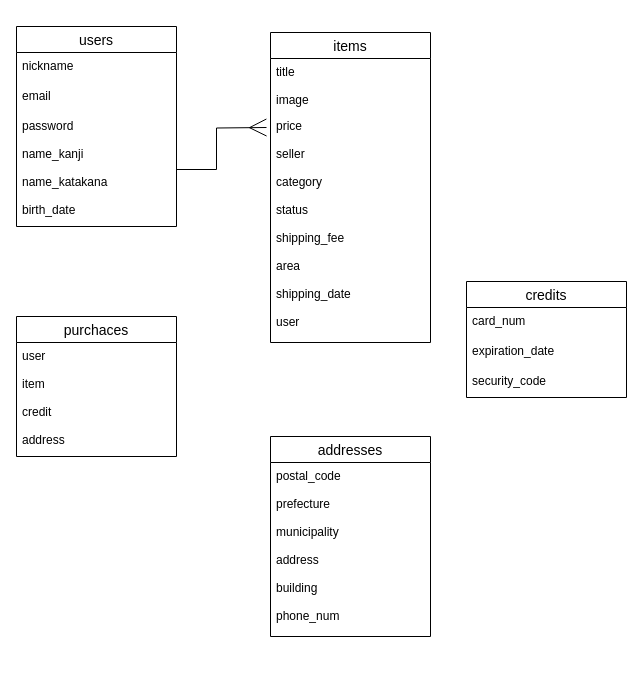
Earlier version of the draw.io diagram er.dio (takeuchitakumi/furima-35565). Source tidied: cells renumbered, new cells numbered last; positions are measured from the earlier drawing's top-left corner, leaving out a move shared by most shapes. Both pictures are drawn from the tidied source at 100%, with x=0, y=0 at pixel (16, 26).
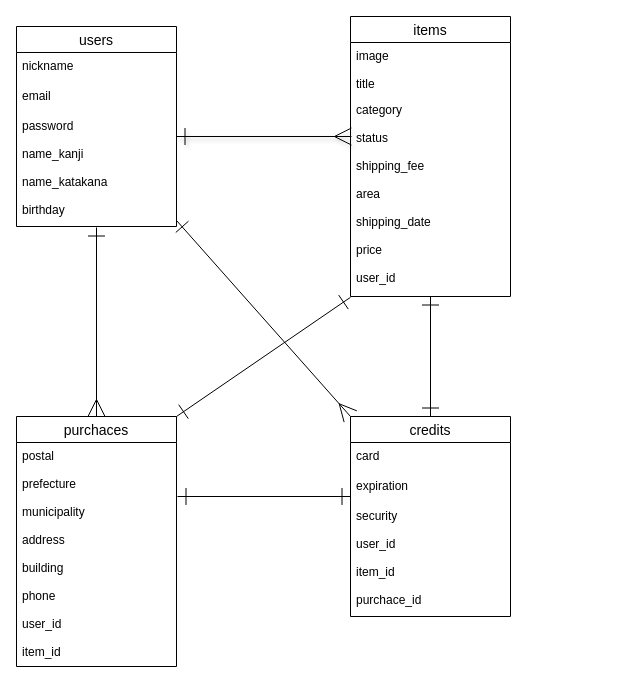
The same page after the edit.

Commit message (it also covers changes not shown here):
データベース設計

The change refers to these unchanged cells:
```xml
<mxCell id="2" value="users" style="swimlane;fontStyle=0;horizontal=1;startSize=26;align=center;fontSize=14;" parent="1" vertex="1">
  <mxGeometry width="160" height="200" as="geometry" />
</mxCell>
```

The edit, as a diff of the source:
```diff
@@
+    <mxCell id="18" style="edgeStyle=orthogonalEdgeStyle;rounded=0;jettySize=auto;html=1;entryX=0.5;entryY=0;entryDx=0;entryDy=0;startArrow=ERone;startFill=0;startSize=15;endArrow=ERmany;endFill=0;endSize=15;targetPerimeterSpacing=0;" parent="1" edge="1" target="11">
+      <mxGeometry relative="1" as="geometry">
+        <mxPoint x="80" y="201" as="sourcePoint" />
+        <Array as="points">
+          <mxPoint x="80" y="201" />
+        </Array>
+      </mxGeometry>
+    </mxCell>
@@
-    <mxCell id="5" value="password&#10;&#10;name_kanji&#10;&#10;name_katakana&#10;&#10;birth_date" style="text;strokeColor=none;fillColor=none;spacingLeft=4;spacingRight=4;overflow=hidden;points=[[0,0.5],[1,0.5]];portConstraint=eastwest;fontSize=12;" parent="2" vertex="1">
+    <mxCell id="5" value="password&#10;&#10;name_kanji&#10;&#10;name_katakana&#10;&#10;birthday" style="text;strokeColor=none;fillColor=none;spacingLeft=4;spacingRight=4;overflow=hidden;points=[[0,0.5],[1,0.5]];portConstraint=eastwest;fontSize=12;" parent="2" vertex="1">
       <mxGeometry y="86" width="160" height="114" as="geometry" />
     </mxCell>
     <mxCell id="6" value="items" style="swimlane;fontStyle=0;horizontal=1;startSize=26;align=center;fontSize=14;" parent="1" vertex="1">
-      <mxGeometry x="254" y="6" width="160" height="310" as="geometry" />
+      <mxGeometry x="334" y="-10" width="160" height="280" as="geometry" />
     </mxCell>
-    <mxCell id="7" value="title&#10;&#10;image" style="text;strokeColor=none;fillColor=none;spacingLeft=4;spacingRight=4;overflow=hidden;fontSize=12;" parent="6" vertex="1">
+    <mxCell id="7" value="image&#10;&#10;title" style="text;strokeColor=none;fillColor=none;spacingLeft=4;spacingRight=4;overflow=hidden;fontSize=12;" parent="6" vertex="1">
       <mxGeometry y="26" width="160" height="54" as="geometry" />
     </mxCell>
-    <mxCell id="8" value="price&#10;&#10;seller&#10;&#10;category&#10;&#10;status&#10;&#10;shipping_fee&#10;&#10;area&#10;&#10;shipping_date&#10;&#10;user" style="text;strokeColor=none;fillColor=none;spacingLeft=4;spacingRight=4;overflow=hidden;points=[[0,0.5],[1,0.5]];portConstraint=eastwest;fontSize=12;" parent="6" vertex="1">
-      <mxGeometry y="80" width="160" height="230" as="geometry" />
+    <mxCell id="8" value="category&#10;&#10;status&#10;&#10;shipping_fee&#10;&#10;area&#10;&#10;shipping_date&#10;&#10;price&#10;&#10;user_id" style="text;strokeColor=none;fillColor=none;spacingLeft=4;spacingRight=4;overflow=hidden;points=[[0,0.5],[1,0.5]];portConstraint=eastwest;fontSize=12;" parent="6" vertex="1">
+      <mxGeometry y="80" width="160" height="200" as="geometry" />
     </mxCell>
-    <mxCell id="9" value="purchaces" style="swimlane;fontStyle=0;horizontal=1;startSize=26;align=center;fontSize=14;" parent="1" vertex="1">
-      <mxGeometry y="290" width="160" height="140" as="geometry" />
-    </mxCell>
-    <mxCell id="10" value="user&#10;&#10;item&#10;&#10;credit&#10;&#10;address" style="text;strokeColor=none;fillColor=none;spacingLeft=4;spacingRight=4;overflow=hidden;fontSize=12;" parent="9" vertex="1">
-      <mxGeometry y="26" width="160" height="114" as="geometry" />
-    </mxCell>
-    <mxCell id="11" value="addresses" style="swimlane;fontStyle=0;horizontal=1;startSize=26;align=center;fontSize=14;" parent="1" vertex="1">
-      <mxGeometry x="254" y="410" width="160" height="200" as="geometry" />
+    <mxCell id="11" value="purchaces" style="swimlane;fontStyle=0;horizontal=1;startSize=26;align=center;fontSize=14;" parent="1" vertex="1">
+      <mxGeometry y="390" width="160" height="250" as="geometry" />
     </mxCell>
-    <mxCell id="12" value="postal_code&#10;&#10;prefecture&#10;&#10;municipality&#10;&#10;address&#10;&#10;building&#10;&#10;phone_num" style="text;strokeColor=none;fillColor=none;spacingLeft=4;spacingRight=4;overflow=hidden;fontSize=12;" parent="11" vertex="1">
-      <mxGeometry y="26" width="160" height="174" as="geometry" />
+    <mxCell id="12" value="postal&#10;&#10;prefecture&#10;&#10;municipality&#10;&#10;address&#10;&#10;building&#10;&#10;phone&#10;&#10;user_id&#10;&#10;item_id" style="text;strokeColor=none;fillColor=none;spacingLeft=4;spacingRight=4;overflow=hidden;fontSize=12;" parent="11" vertex="1">
+      <mxGeometry y="26" width="160" height="224" as="geometry" />
     </mxCell>
-    <mxCell id="13" style="edgeStyle=orthogonalEdgeStyle;rounded=0;jettySize=auto;html=1;exitX=1;exitY=0.5;exitDx=0;exitDy=0;endArrow=ERmany;endFill=0;endSize=15;targetPerimeterSpacing=0;" parent="1" edge="1" source="5">
-      <mxGeometry relative="1" as="geometry">
-        <mxPoint x="250" y="101" as="targetPoint" />
-      </mxGeometry>
-    </mxCell>
     <mxCell id="14" value="credits" style="swimlane;fontStyle=0;horizontal=1;startSize=26;align=center;fontSize=14;" parent="1" vertex="1">
-      <mxGeometry x="450" y="255" width="160" height="116" as="geometry" />
+      <mxGeometry x="334" y="390" width="160" height="200" as="geometry" />
     </mxCell>
-    <mxCell id="15" value="card_num" style="text;strokeColor=none;fillColor=none;spacingLeft=4;spacingRight=4;overflow=hidden;fontSize=12;" parent="14" vertex="1">
+    <mxCell id="15" value="card" style="text;strokeColor=none;fillColor=none;spacingLeft=4;spacingRight=4;overflow=hidden;fontSize=12;" parent="14" vertex="1">
       <mxGeometry y="26" width="160" height="30" as="geometry" />
     </mxCell>
-    <mxCell id="16" value="expiration_date" style="text;strokeColor=none;fillColor=none;spacingLeft=4;spacingRight=4;overflow=hidden;fontSize=12;" parent="14" vertex="1">
+    <mxCell id="16" value="expiration" style="text;strokeColor=none;fillColor=none;spacingLeft=4;spacingRight=4;overflow=hidden;fontSize=12;" parent="14" vertex="1">
       <mxGeometry y="56" width="160" height="30" as="geometry" />
     </mxCell>
-    <mxCell id="17" value="security_code" style="text;strokeColor=none;fillColor=none;spacingLeft=4;spacingRight=4;overflow=hidden;fontSize=12;" parent="14" vertex="1">
-      <mxGeometry y="86" width="160" height="30" as="geometry" />
+    <mxCell id="17" value="security&#10;&#10;user_id&#10;&#10;item_id&#10;&#10;purchace_id" style="text;strokeColor=none;fillColor=none;spacingLeft=4;spacingRight=4;overflow=hidden;fontSize=12;" parent="14" vertex="1">
+      <mxGeometry y="86" width="160" height="114" as="geometry" />
     </mxCell>
+    <mxCell id="19" style="endArrow=ERmany;html=1;rounded=0;exitX=1;exitY=0.947;exitDx=0;exitDy=0;exitPerimeter=0;entryX=0;entryY=0;entryDx=0;entryDy=0;endFill=0;startSize=15;endSize=15;startArrow=ERone;startFill=0;" parent="1" edge="1" source="5" target="14">
+      <mxGeometry relative="1" as="geometry" />
+    </mxCell>
+    <mxCell id="20" style="endArrow=ERone;html=1;rounded=0;exitX=1;exitY=0;exitDx=0;exitDy=0;startArrow=ERone;startFill=0;endFill=0;endSize=15;startSize=15;entryX=0;entryY=1.004;entryDx=0;entryDy=0;entryPerimeter=0;" parent="1" edge="1" source="11" target="8">
+      <mxGeometry relative="1" as="geometry" />
+    </mxCell>
+    <mxCell id="21" style="endArrow=ERone;html=1;rounded=0;entryX=0.5;entryY=1;entryDx=0;entryDy=0;entryPerimeter=0;exitX=0.5;exitY=0;exitDx=0;exitDy=0;startArrow=ERone;startFill=0;endFill=0;endSize=15;startSize=15;" parent="1" edge="1" source="14" target="8">
+      <mxGeometry relative="1" as="geometry" />
+    </mxCell>
+    <mxCell id="22" style="endArrow=ERone;html=1;rounded=0;startArrow=ERone;startFill=0;endFill=0;endSize=15;startSize=15;" parent="1" edge="1">
+      <mxGeometry relative="1" as="geometry">
+        <mxPoint x="161" y="470" as="sourcePoint" />
+        <mxPoint x="334" y="470" as="targetPoint" />
+      </mxGeometry>
+    </mxCell>
+    <mxCell id="23" style="endArrow=ERmany;html=1;rounded=0;entryX=0.006;entryY=0.2;entryDx=0;entryDy=0;entryPerimeter=0;shadow=1;startArrow=ERone;startFill=0;endFill=0;endSize=15;startSize=15;" parent="1" edge="1" target="8">
+      <mxGeometry relative="1" as="geometry">
+        <mxPoint x="160" y="110" as="sourcePoint" />
+      </mxGeometry>
+    </mxCell>
```
